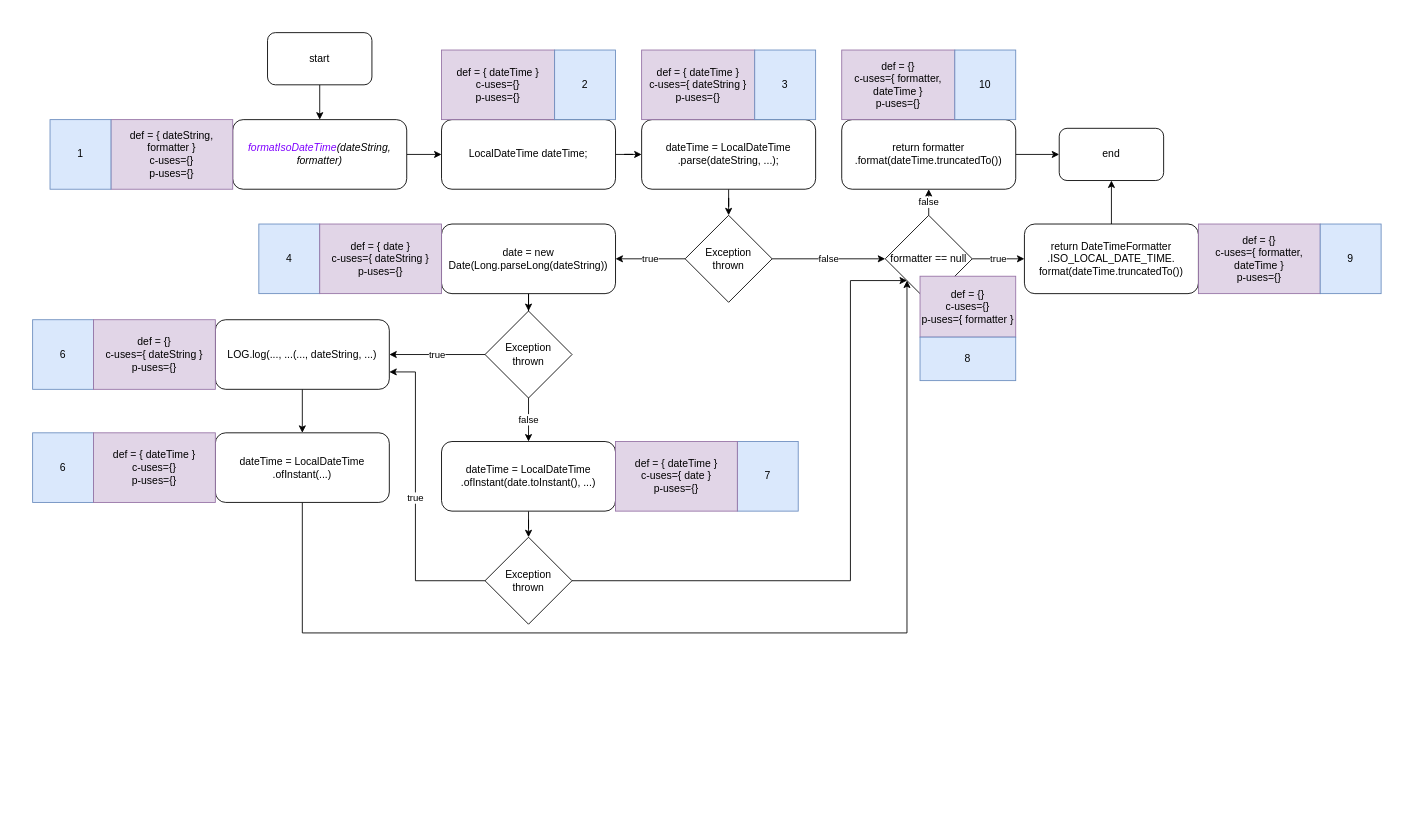
Above: dataflow/FormatIsoDateTime.drawio in Telmooo/jpass (draw.io), before the change. Source tidied: cells renumbered, new cells numbered last; positions are measured from the earlier drawing's top-left corner, leaving out a move shared by most shapes. Both pictures are drawn from the tidied source at 87%, with x=0, y=0 at pixel (32, 32).
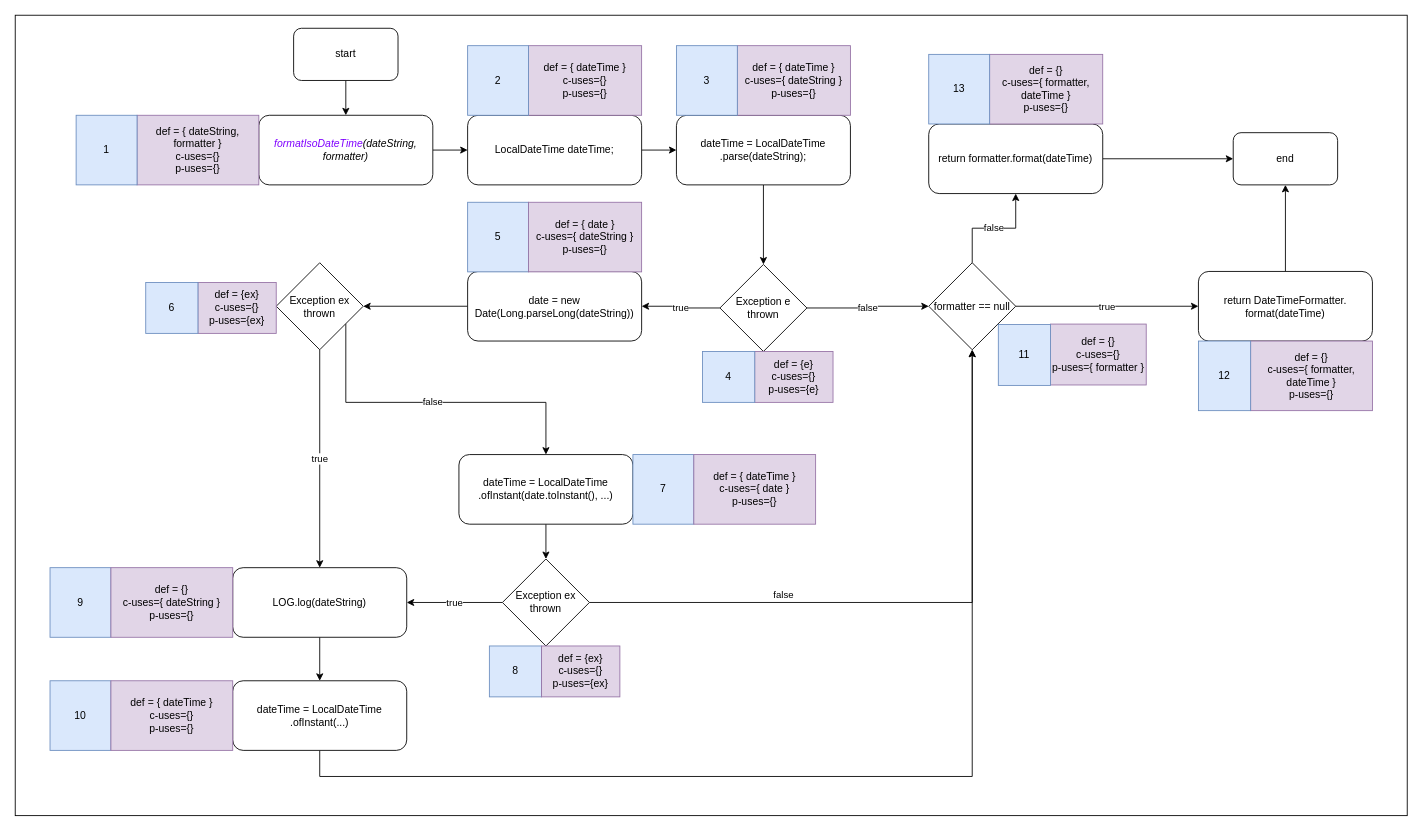
The same page after the edit.

What changed in the source:
```diff
@@
+    <mxCell id="55" style="rounded=0;whiteSpace=wrap;html=1;" parent="1" vertex="1">
+      <mxGeometry x="-20" y="-20" width="1600" height="920" as="geometry" />
+    </mxCell>
@@
     <mxCell id="3" value="&lt;i&gt;&lt;font color=&quot;#7f00ff&quot;&gt;formatIsoDateTime&lt;/font&gt;(dateString, formatter)&lt;/i&gt;" style="rounded=1;whiteSpace=wrap;html=1;fontSize=12;" parent="1" vertex="1">
-      <mxGeometry x="230" y="100" width="200" height="80" as="geometry" />
+      <mxGeometry x="260" y="95" width="200" height="80" as="geometry" />
     </mxCell>
     <mxCell id="4" value="def = { dateString, formatter }&lt;br&gt;c-uses={}&lt;br&gt;p-uses={}" style="rounded=0;whiteSpace=wrap;html=1;fontSize=12;fillColor=#e1d5e7;strokeColor=#9673a6;" parent="1" vertex="1">
-      <mxGeometry x="90" y="100" width="140" height="80" as="geometry" />
+      <mxGeometry x="120" y="95" width="140" height="80" as="geometry" />
     </mxCell>
     <mxCell id="5" value="1" style="rounded=0;whiteSpace=wrap;html=1;fontSize=12;fillColor=#dae8fc;strokeColor=#6c8ebf;" parent="1" vertex="1">
-      <mxGeometry x="20" y="100" width="70" height="80" as="geometry" />
+      <mxGeometry x="50" y="95" width="70" height="80" as="geometry" />
     </mxCell>
@@
     <mxCell id="7" value="start" style="rounded=1;whiteSpace=wrap;html=1;fontSize=12;" parent="1" vertex="1">
-      <mxGeometry x="270" width="120" height="60" as="geometry" />
+      <mxGeometry x="300" y="-5" width="120" height="60" as="geometry" />
     </mxCell>
@@
-    <mxCell id="9" value="dateTime = LocalDateTime&lt;br&gt;.parse(dateString,&amp;nbsp;...);" style="rounded=1;whiteSpace=wrap;html=1;fontSize=12;" parent="1" vertex="1">
-      <mxGeometry x="700" y="100" width="200" height="80" as="geometry" />
+    <mxCell id="9" value="dateTime = LocalDateTime&lt;br&gt;.parse(dateString);" style="rounded=1;whiteSpace=wrap;html=1;fontSize=12;" parent="1" vertex="1">
+      <mxGeometry x="740" y="95" width="200" height="80" as="geometry" />
     </mxCell>
     <mxCell id="10" value="def = { dateTime }&lt;br&gt;c-uses={ dateString }&lt;br&gt;p-uses={}" style="rounded=0;whiteSpace=wrap;html=1;fontSize=12;fillColor=#e1d5e7;strokeColor=#9673a6;" parent="1" vertex="1">
-      <mxGeometry x="700" y="20" width="130" height="80" as="geometry" />
+      <mxGeometry x="810" y="15" width="130" height="80" as="geometry" />
     </mxCell>
@@
-    <mxCell id="13" value="Exception&lt;br&gt;thrown" style="rhombus;whiteSpace=wrap;html=1;fontSize=12;fontColor=#000000;" parent="1" vertex="1">
-      <mxGeometry x="750" y="210" width="100" height="100" as="geometry" />
+    <mxCell id="13" value="Exception e&lt;br&gt;thrown" style="rhombus;whiteSpace=wrap;html=1;fontSize=12;fontColor=#000000;" parent="1" vertex="1">
+      <mxGeometry x="790" y="266.5" width="100" height="100" as="geometry" />
     </mxCell>
@@
     <mxCell id="15" value="date = new Date(Long.parseLong(dateString))" style="rounded=1;whiteSpace=wrap;html=1;fontSize=12;" parent="1" vertex="1">
-      <mxGeometry x="470" y="220" width="200" height="80" as="geometry" />
+      <mxGeometry x="500" y="274.5" width="200" height="80" as="geometry" />
     </mxCell>
@@
     <mxCell id="18" value="formatter == null" style="rhombus;whiteSpace=wrap;html=1;fontSize=12;fontColor=#000000;" parent="1" vertex="1">
-      <mxGeometry x="980" y="210" width="100" height="100" as="geometry" />
+      <mxGeometry x="1030" y="264.5" width="100" height="100" as="geometry" />
     </mxCell>
@@
-    <mxCell id="20" value="return DateTimeFormatter&lt;br&gt;.ISO_LOCAL_DATE_TIME.&lt;br&gt;format(dateTime.truncatedTo())" style="rounded=1;whiteSpace=wrap;html=1;fontSize=12;" parent="1" vertex="1">
-      <mxGeometry x="1140" y="220" width="200" height="80" as="geometry" />
+    <mxCell id="20" value="return DateTimeFormatter.&lt;br&gt;format(dateTime)" style="rounded=1;whiteSpace=wrap;html=1;fontSize=12;" parent="1" vertex="1">
+      <mxGeometry x="1340" y="274.5" width="200" height="80" as="geometry" />
     </mxCell>
     <mxCell id="21" value="3" style="rounded=0;whiteSpace=wrap;html=1;fontSize=12;fillColor=#dae8fc;strokeColor=#6c8ebf;" parent="1" vertex="1">
-      <mxGeometry x="830" y="20" width="70" height="80" as="geometry" />
+      <mxGeometry x="740" y="15" width="70" height="80" as="geometry" />
     </mxCell>
     <mxCell id="22" value="end" style="rounded=1;whiteSpace=wrap;html=1;fontSize=12;" parent="1" vertex="1">
-      <mxGeometry x="1180" y="110" width="120" height="60" as="geometry" />
+      <mxGeometry x="1380" y="115" width="120" height="60" as="geometry" />
     </mxCell>
@@
-    <mxCell id="24" value="return formatter&lt;br&gt;.format(dateTime.truncatedTo())" style="rounded=1;whiteSpace=wrap;html=1;fontSize=12;" parent="1" vertex="1">
-      <mxGeometry x="930" y="100" width="200" height="80" as="geometry" />
+    <mxCell id="24" value="return formatter.format(dateTime)" style="rounded=1;whiteSpace=wrap;html=1;fontSize=12;" parent="1" vertex="1">
+      <mxGeometry x="1030" y="105" width="200" height="80" as="geometry" />
     </mxCell>
     <mxCell id="25" value="def = {}&lt;br&gt;c-uses={ formatter, dateTime }&lt;br&gt;p-uses={}" style="rounded=0;whiteSpace=wrap;html=1;fontSize=12;fillColor=#e1d5e7;strokeColor=#9673a6;" parent="1" vertex="1">
-      <mxGeometry x="930" y="20" width="130" height="80" as="geometry" />
+      <mxGeometry x="1100" y="25" width="130" height="80" as="geometry" />
     </mxCell>
-    <mxCell id="26" value="10" style="rounded=0;whiteSpace=wrap;html=1;fontSize=12;fillColor=#dae8fc;strokeColor=#6c8ebf;" parent="1" vertex="1">
-      <mxGeometry x="1060" y="20" width="70" height="80" as="geometry" />
+    <mxCell id="26" value="13" style="rounded=0;whiteSpace=wrap;html=1;fontSize=12;fillColor=#dae8fc;strokeColor=#6c8ebf;" parent="1" vertex="1">
+      <mxGeometry x="1030" y="25" width="70" height="80" as="geometry" />
     </mxCell>
-    <mxCell id="27" value="4" style="rounded=0;whiteSpace=wrap;html=1;fontSize=12;fillColor=#dae8fc;strokeColor=#6c8ebf;" parent="1" vertex="1">
-      <mxGeometry x="260" y="220" width="70" height="80" as="geometry" />
+    <mxCell id="27" value="5" style="rounded=0;whiteSpace=wrap;html=1;fontSize=12;fillColor=#dae8fc;strokeColor=#6c8ebf;" parent="1" vertex="1">
+      <mxGeometry x="500" y="195" width="70" height="80" as="geometry" />
     </mxCell>
     <mxCell id="28" value="def = { date }&lt;br&gt;c-uses={ dateString }&lt;br&gt;p-uses={}" style="rounded=0;whiteSpace=wrap;html=1;fontSize=12;fillColor=#e1d5e7;strokeColor=#9673a6;" parent="1" vertex="1">
-      <mxGeometry x="330" y="220" width="140" height="80" as="geometry" />
+      <mxGeometry x="570" y="195" width="130" height="80" as="geometry" />
     </mxCell>
     <mxCell id="29" value="def = {}&lt;br&gt;c-uses={ formatter, dateTime }&lt;br&gt;p-uses={}" style="rounded=0;whiteSpace=wrap;html=1;fontSize=12;fillColor=#e1d5e7;strokeColor=#9673a6;" parent="1" vertex="1">
-      <mxGeometry x="1340" y="220" width="140" height="80" as="geometry" />
+      <mxGeometry x="1400" y="354.5" width="140" height="80" as="geometry" />
     </mxCell>
-    <mxCell id="30" value="9" style="rounded=0;whiteSpace=wrap;html=1;fontSize=12;fillColor=#dae8fc;strokeColor=#6c8ebf;" parent="1" vertex="1">
-      <mxGeometry x="1480" y="220" width="70" height="80" as="geometry" />
+    <mxCell id="30" value="12" style="rounded=0;whiteSpace=wrap;html=1;fontSize=12;fillColor=#dae8fc;strokeColor=#6c8ebf;" parent="1" vertex="1">
+      <mxGeometry x="1340" y="354.5" width="60" height="80" as="geometry" />
     </mxCell>
@@
     <mxCell id="32" value="dateTime = LocalDateTime&lt;br&gt;.ofInstant(date.toInstant(), ...)" style="rounded=1;whiteSpace=wrap;html=1;fontSize=12;" parent="1" vertex="1">
-      <mxGeometry x="470" y="470" width="200" height="80" as="geometry" />
+      <mxGeometry x="490" y="485" width="200" height="80" as="geometry" />
     </mxCell>
     <mxCell id="33" value="7" style="rounded=0;whiteSpace=wrap;html=1;fontSize=12;fillColor=#dae8fc;strokeColor=#6c8ebf;" parent="1" vertex="1">
-      <mxGeometry x="810" y="470" width="70" height="80" as="geometry" />
+      <mxGeometry x="690" y="485" width="70" height="80" as="geometry" />
     </mxCell>
     <mxCell id="34" value="def = { dateTime }&lt;br&gt;c-uses={ date }&lt;br&gt;p-uses={}" style="rounded=0;whiteSpace=wrap;html=1;fontSize=12;fillColor=#e1d5e7;strokeColor=#9673a6;" parent="1" vertex="1">
-      <mxGeometry x="670" y="470" width="140" height="80" as="geometry" />
+      <mxGeometry x="760" y="485" width="140" height="80" as="geometry" />
     </mxCell>
     <mxCell id="35" value="def = {}&lt;br&gt;c-uses={}&lt;br&gt;p-uses={ formatter }" style="rounded=0;whiteSpace=wrap;html=1;fontSize=12;fillColor=#e1d5e7;strokeColor=#9673a6;" parent="1" vertex="1">
-      <mxGeometry x="1020" y="280" width="110" height="70" as="geometry" />
+      <mxGeometry x="1170" y="335" width="110" height="70" as="geometry" />
     </mxCell>
-    <mxCell id="36" value="8" style="rounded=0;whiteSpace=wrap;html=1;fontSize=12;fillColor=#dae8fc;strokeColor=#6c8ebf;" parent="1" vertex="1">
-      <mxGeometry x="1020" y="350" width="110" height="50" as="geometry" />
+    <mxCell id="36" value="11" style="rounded=0;whiteSpace=wrap;html=1;fontSize=12;fillColor=#dae8fc;strokeColor=#6c8ebf;" parent="1" vertex="1">
+      <mxGeometry x="1110" y="335.5" width="60" height="70" as="geometry" />
     </mxCell>
@@
     <mxCell id="38" value="LocalDateTime dateTime;" style="rounded=1;whiteSpace=wrap;html=1;fontSize=12;" parent="1" vertex="1">
-      <mxGeometry x="470" y="100" width="200" height="80" as="geometry" />
+      <mxGeometry x="500" y="95" width="200" height="80" as="geometry" />
     </mxCell>
     <mxCell id="39" value="def = { dateTime }&lt;br&gt;c-uses={}&lt;br&gt;p-uses={}" style="rounded=0;whiteSpace=wrap;html=1;fontSize=12;fillColor=#e1d5e7;strokeColor=#9673a6;" parent="1" vertex="1">
-      <mxGeometry x="470" y="20" width="130" height="80" as="geometry" />
+      <mxGeometry x="570" y="15" width="130" height="80" as="geometry" />
     </mxCell>
     <mxCell id="40" value="2" style="rounded=0;whiteSpace=wrap;html=1;fontSize=12;fillColor=#dae8fc;strokeColor=#6c8ebf;" parent="1" vertex="1">
-      <mxGeometry x="600" y="20" width="70" height="80" as="geometry" />
+      <mxGeometry x="500" y="15" width="70" height="80" as="geometry" />
     </mxCell>
@@
-    <mxCell id="42" value="LOG.log(..., ...(..., dateString, ...)" style="rounded=1;whiteSpace=wrap;html=1;fontSize=12;" parent="1" vertex="1">
-      <mxGeometry x="210" y="330" width="200" height="80" as="geometry" />
+    <mxCell id="42" value="LOG.log(dateString)" style="rounded=1;whiteSpace=wrap;html=1;fontSize=12;" parent="1" vertex="1">
+      <mxGeometry x="230" y="615" width="200" height="80" as="geometry" />
     </mxCell>
-    <mxCell id="43" value="6" style="rounded=0;whiteSpace=wrap;html=1;fontSize=12;fillColor=#dae8fc;strokeColor=#6c8ebf;" parent="1" vertex="1">
-      <mxGeometry y="330" width="70" height="80" as="geometry" />
+    <mxCell id="43" value="9" style="rounded=0;whiteSpace=wrap;html=1;fontSize=12;fillColor=#dae8fc;strokeColor=#6c8ebf;" parent="1" vertex="1">
+      <mxGeometry x="20" y="615" width="70" height="80" as="geometry" />
     </mxCell>
     <mxCell id="44" value="def = {}&lt;br&gt;c-uses={ dateString }&lt;br&gt;p-uses={}" style="rounded=0;whiteSpace=wrap;html=1;fontSize=12;fillColor=#e1d5e7;strokeColor=#9673a6;" parent="1" vertex="1">
-      <mxGeometry x="70" y="330" width="140" height="80" as="geometry" />
+      <mxGeometry x="90" y="615" width="140" height="80" as="geometry" />
     </mxCell>
-    <mxCell id="45" style="edgeStyle=orthogonalEdgeStyle;rounded=0;jettySize=auto;html=1;exitX=0.5;exitY=1;exitDx=0;exitDy=0;entryX=0;entryY=1;entryDx=0;entryDy=0;" parent="1" edge="1" source="46" target="18">
+    <mxCell id="45" style="edgeStyle=orthogonalEdgeStyle;rounded=0;jettySize=auto;html=1;exitX=0.5;exitY=1;exitDx=0;exitDy=0;entryX=0.5;entryY=1;entryDx=0;entryDy=0;" parent="1" edge="1" source="46" target="18">
       <mxGeometry relative="1" as="geometry">
         <Array as="points">
-          <mxPoint x="310" y="690" />
-          <mxPoint x="1005" y="690" />
+          <mxPoint x="330" y="855" />
+          <mxPoint x="1080" y="855" />
         </Array>
       </mxGeometry>
     </mxCell>
     <mxCell id="46" value="dateTime =&amp;nbsp;LocalDateTime&lt;br&gt;.ofInstant(...)" style="rounded=1;whiteSpace=wrap;html=1;fontSize=12;" parent="1" vertex="1">
-      <mxGeometry x="210" y="460" width="200" height="80" as="geometry" />
+      <mxGeometry x="230" y="745" width="200" height="80" as="geometry" />
     </mxCell>
-    <mxCell id="47" value="6" style="rounded=0;whiteSpace=wrap;html=1;fontSize=12;fillColor=#dae8fc;strokeColor=#6c8ebf;" parent="1" vertex="1">
-      <mxGeometry y="460" width="70" height="80" as="geometry" />
+    <mxCell id="47" value="10" style="rounded=0;whiteSpace=wrap;html=1;fontSize=12;fillColor=#dae8fc;strokeColor=#6c8ebf;" parent="1" vertex="1">
+      <mxGeometry x="20" y="745" width="70" height="80" as="geometry" />
     </mxCell>
     <mxCell id="48" value="def = { dateTime }&lt;br&gt;c-uses={}&lt;br&gt;p-uses={}" style="rounded=0;whiteSpace=wrap;html=1;fontSize=12;fillColor=#e1d5e7;strokeColor=#9673a6;" parent="1" vertex="1">
-      <mxGeometry x="70" y="460" width="140" height="80" as="geometry" />
+      <mxGeometry x="90" y="745" width="140" height="80" as="geometry" />
     </mxCell>
-    <mxCell id="49" value="false" style="edgeStyle=orthogonalEdgeStyle;rounded=0;jettySize=auto;html=1;" parent="1" edge="1" source="51" target="32">
-      <mxGeometry relative="1" as="geometry" />
+    <mxCell id="49" value="false" style="edgeStyle=orthogonalEdgeStyle;rounded=0;jettySize=auto;html=1;entryX=0.5;entryY=0;entryDx=0;entryDy=0;" parent="1" edge="1" source="51" target="32">
+      <mxGeometry relative="1" as="geometry">
+        <Array as="points">
+          <mxPoint x="360" y="425" />
+          <mxPoint x="590" y="425" />
+        </Array>
+      </mxGeometry>
     </mxCell>
@@
-    <mxCell id="51" value="Exception&lt;br&gt;thrown" style="rhombus;whiteSpace=wrap;html=1;fontSize=12;fontColor=#000000;" parent="1" vertex="1">
-      <mxGeometry x="520" y="320" width="100" height="100" as="geometry" />
+    <mxCell id="51" value="Exception ex&lt;br&gt;thrown" style="rhombus;whiteSpace=wrap;html=1;fontSize=12;fontColor=#000000;" parent="1" vertex="1">
+      <mxGeometry x="280" y="264.5" width="100" height="100" as="geometry" />
     </mxCell>
-    <mxCell id="52" value="true" style="edgeStyle=orthogonalEdgeStyle;rounded=0;jettySize=auto;html=1;exitX=0;exitY=0.5;exitDx=0;exitDy=0;entryX=1;entryY=0.75;entryDx=0;entryDy=0;" parent="1" edge="1" source="54" target="42">
+    <mxCell id="52" value="true" style="edgeStyle=orthogonalEdgeStyle;rounded=0;jettySize=auto;html=1;exitX=0;exitY=0.5;exitDx=0;exitDy=0;entryX=1;entryY=0.5;entryDx=0;entryDy=0;" parent="1" edge="1" source="54" target="42">
       <mxGeometry relative="1" as="geometry">
         <Array as="points">
-          <mxPoint x="440" y="630" />
-          <mxPoint x="440" y="390" />
+          <mxPoint x="540" y="655" />
         </Array>
       </mxGeometry>
     </mxCell>
-    <mxCell id="53" style="edgeStyle=orthogonalEdgeStyle;rounded=0;jettySize=auto;html=1;exitX=1;exitY=0.5;exitDx=0;exitDy=0;entryX=0;entryY=1;entryDx=0;entryDy=0;" parent="1" edge="1" source="54" target="18">
+    <mxCell id="53" style="edgeStyle=orthogonalEdgeStyle;rounded=0;jettySize=auto;html=1;exitX=1;exitY=0.5;exitDx=0;exitDy=0;entryX=0.5;entryY=1;entryDx=0;entryDy=0;" parent="1" edge="1" source="54" target="18">
       <mxGeometry relative="1" as="geometry">
         <Array as="points">
-          <mxPoint x="940" y="630" />
-          <mxPoint x="940" y="285" />
+          <mxPoint x="1080" y="655" />
         </Array>
       </mxGeometry>
     </mxCell>
+    <mxCell id="56" value="false" style="edgeLabel;html=1;align=center;verticalAlign=middle;" parent="53" vertex="1">
+      <mxGeometry x="-0.38" y="3" relative="1" as="geometry">
+        <mxPoint x="-4" y="-7" as="offset" />
+      </mxGeometry>
+    </mxCell>
-    <mxCell id="54" value="Exception&lt;br&gt;thrown" style="rhombus;whiteSpace=wrap;html=1;fontSize=12;fontColor=#000000;" parent="1" vertex="1">
-      <mxGeometry x="520" y="580" width="100" height="100" as="geometry" />
+    <mxCell id="54" value="Exception ex&lt;br&gt;thrown" style="rhombus;whiteSpace=wrap;html=1;fontSize=12;fontColor=#000000;" parent="1" vertex="1">
+      <mxGeometry x="540" y="605" width="100" height="100" as="geometry" />
     </mxCell>
+    <mxCell id="57" value="def = {e}&lt;br&gt;c-uses={}&lt;br&gt;p-uses={e}" style="rounded=0;whiteSpace=wrap;html=1;fontSize=12;fillColor=#e1d5e7;strokeColor=#9673a6;" parent="1" vertex="1">
+      <mxGeometry x="830" y="366.5" width="90" height="58.5" as="geometry" />
+    </mxCell>
+    <mxCell id="58" value="4" style="rounded=0;whiteSpace=wrap;html=1;fontSize=12;fillColor=#dae8fc;strokeColor=#6c8ebf;" parent="1" vertex="1">
+      <mxGeometry x="770" y="366.5" width="60" height="58.5" as="geometry" />
+    </mxCell>
+    <mxCell id="59" value="def = {ex}&lt;br&gt;c-uses={}&lt;br&gt;p-uses={ex}" style="rounded=0;whiteSpace=wrap;html=1;fontSize=12;fillColor=#e1d5e7;strokeColor=#9673a6;" parent="1" vertex="1">
+      <mxGeometry x="190" y="287.2" width="90" height="58.5" as="geometry" />
+    </mxCell>
+    <mxCell id="60" value="6" style="rounded=0;whiteSpace=wrap;html=1;fontSize=12;fillColor=#dae8fc;strokeColor=#6c8ebf;" parent="1" vertex="1">
+      <mxGeometry x="130" y="287.2" width="60" height="58.5" as="geometry" />
+    </mxCell>
+    <mxCell id="61" value="8" style="rounded=0;whiteSpace=wrap;html=1;fontSize=12;fillColor=#dae8fc;strokeColor=#6c8ebf;" parent="1" vertex="1">
+      <mxGeometry x="525" y="705" width="60" height="58.5" as="geometry" />
+    </mxCell>
+    <mxCell id="62" value="def = {ex}&lt;br&gt;c-uses={}&lt;br&gt;p-uses={ex}" style="rounded=0;whiteSpace=wrap;html=1;fontSize=12;fillColor=#e1d5e7;strokeColor=#9673a6;" parent="1" vertex="1">
+      <mxGeometry x="585" y="705" width="90" height="58.5" as="geometry" />
+    </mxCell>
```
